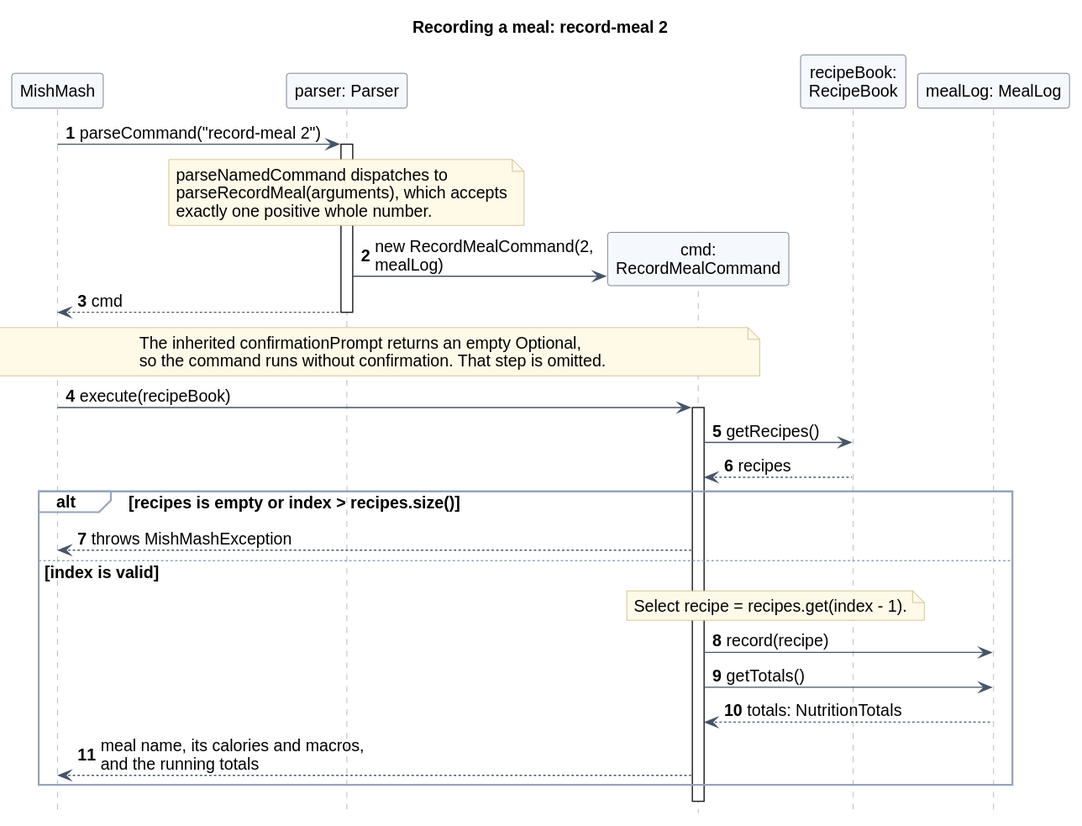
AY2627S1-CS2113-W13-4/tp keeps this PlantUML diagram as docs/images/record-meal/record-meal.svg. Above is the earlier version.
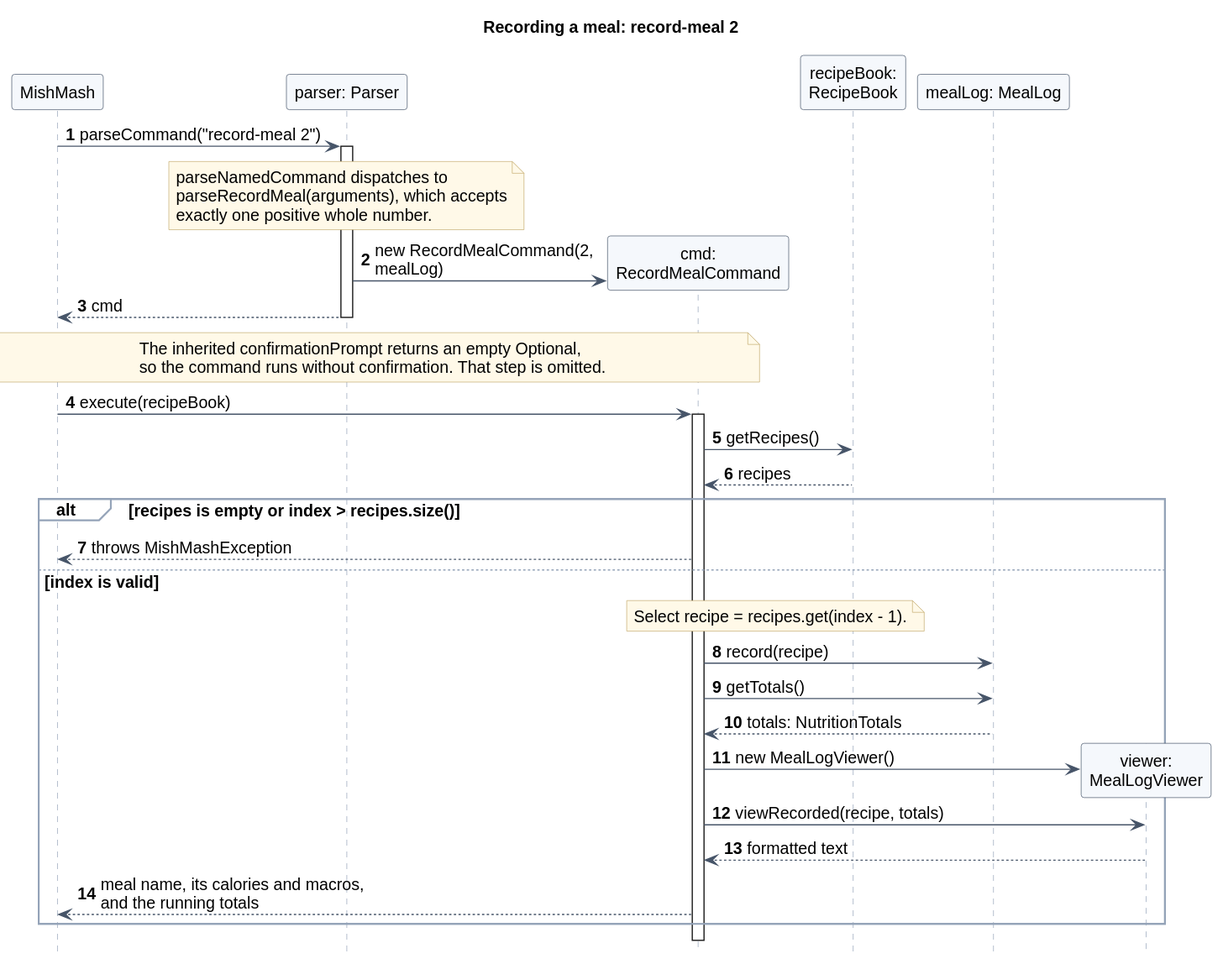
Later version of the same file.

Commit message:
Refine the meal recording design in the Developer Guide

Change to the diagram source:
```diff
@@ -8,6 +8,7 @@
 participant "cmd:\nRecordMealCommand" as Cmd
 participant "recipeBook:\nRecipeBook" as Book
 participant "mealLog: MealLog" as Log
+participant "viewer:\nMealLogViewer" as Viewer
 
 App -> Parser : parseCommand("record-meal 2")
 activate Parser
@@ -37,6 +38,10 @@
   Cmd -> Log : record(recipe)
   Cmd -> Log : getTotals()
   Log --> Cmd : totals: NutritionTotals
+  create Viewer
+  Cmd -> Viewer : new MealLogViewer()
+  Cmd -> Viewer : viewRecorded(recipe, totals)
+  Viewer --> Cmd : formatted text
   Cmd --> App : meal name, its calories and macros,\nand the running totals
 end
 deactivate Cmd
```
